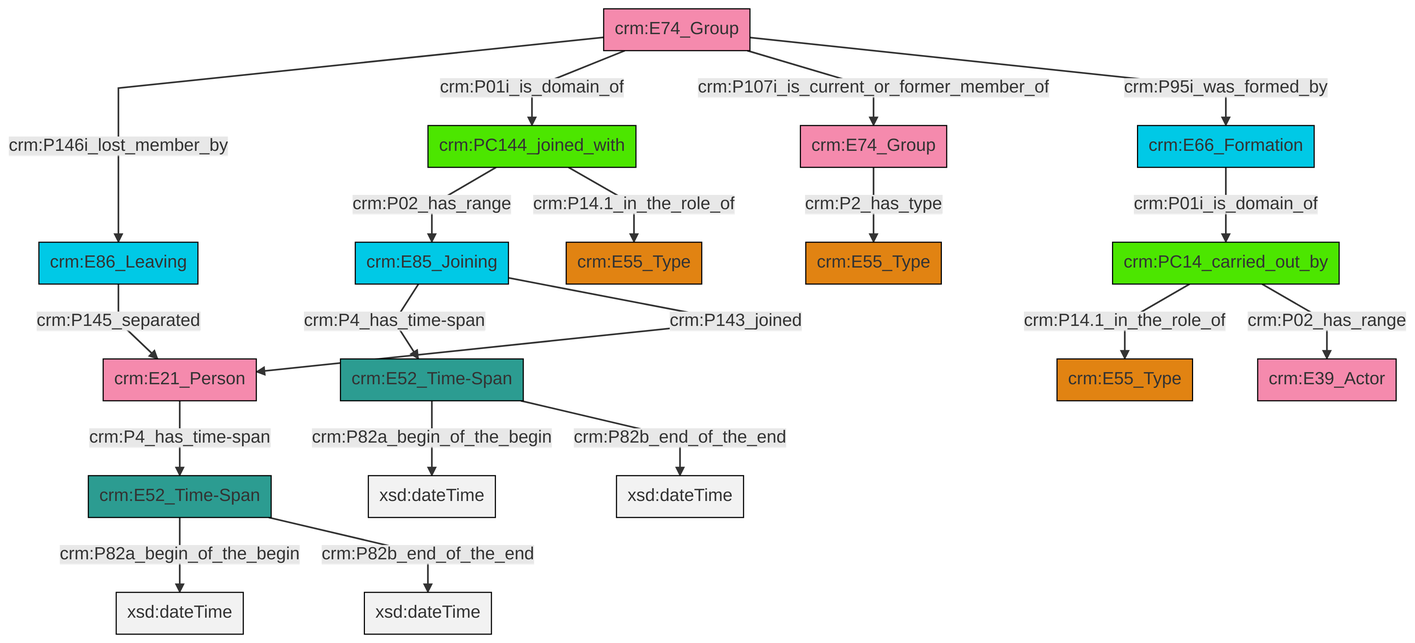
swiss-art-research-net/docs.swissartresearch keeps this Mermaid diagram as et/groupCSV/ttl/mmd/png/group_actor_relations.png. Above is the earlier version. Its source is kept beside it as et/groupCSV/ttl/mmd/group_actor_relations.ttl.mmd.
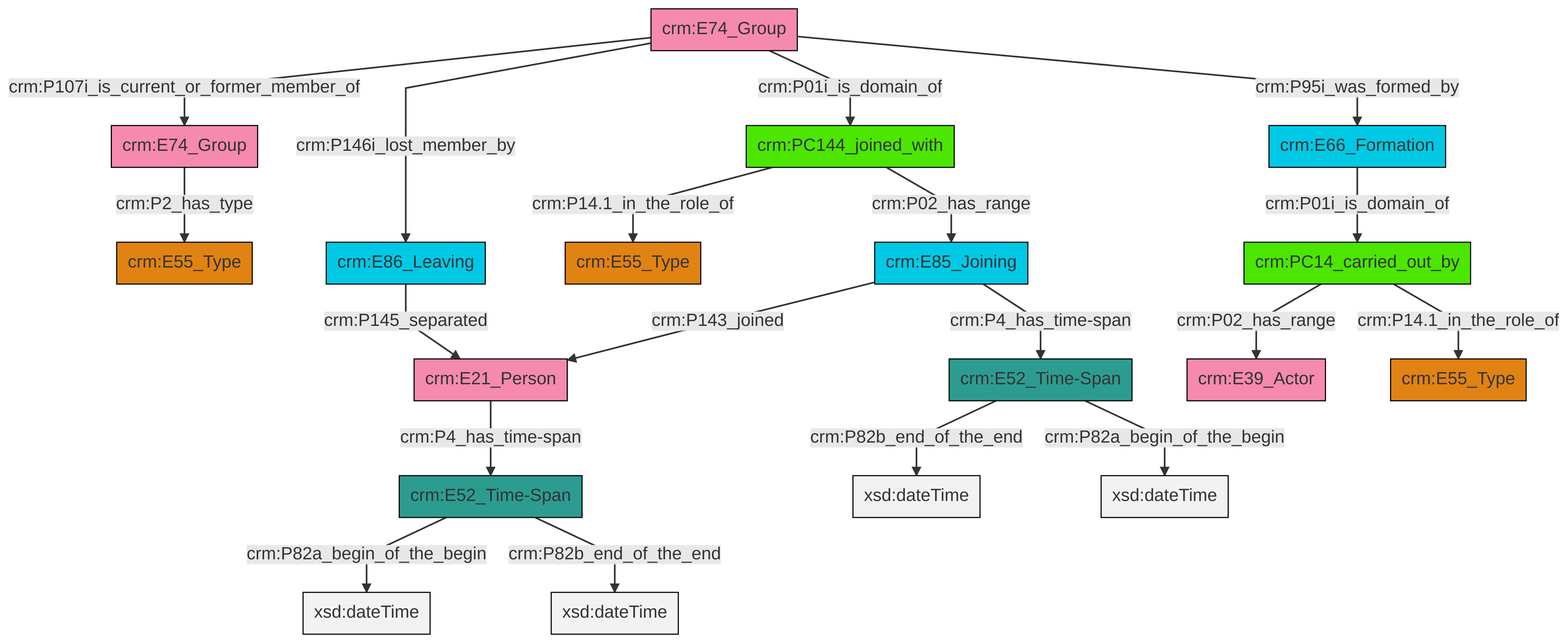
After the change.

What changed in the source:
```diff
@@ -13,21 +13,21 @@
 classDef PC_Classes fill:#4ce600, stroke:#000000;
 classDef Multi fill:#cccccc,stroke:#000000;
 
-0["crm:E86_Leaving"]:::Temporal_Entity -->|crm:P145_separated| 1["crm:E21_Person"]:::Actor
-2["crm:PC14_carried_out_by"]:::PC_Classes -->|crm:P14.1_in_the_role_of| 3["crm:E55_Type"]:::Type
-4["crm:E66_Formation"]:::Temporal_Entity -->|crm:P01i_is_domain_of| 2["crm:PC14_carried_out_by"]:::PC_Classes
-5["crm:E52_Time-Span"]:::Time-Span -->|crm:P82a_begin_of_the_begin| 6[xsd:dateTime]:::Literal
-1["crm:E21_Person"]:::Actor -->|crm:P4_has_time-span| 7["crm:E52_Time-Span"]:::Time-Span
-7["crm:E52_Time-Span"]:::Time-Span -->|crm:P82a_begin_of_the_begin| 8[xsd:dateTime]:::Literal
-11["crm:E74_Group"]:::Actor -->|crm:P146i_lost_member_by| 0["crm:E86_Leaving"]:::Temporal_Entity
-12["crm:E85_Joining"]:::Temporal_Entity -->|crm:P4_has_time-span| 5["crm:E52_Time-Span"]:::Time-Span
-9["crm:PC144_joined_with"]:::PC_Classes -->|crm:P02_has_range| 12["crm:E85_Joining"]:::Temporal_Entity
-2["crm:PC14_carried_out_by"]:::PC_Classes -->|crm:P02_has_range| 18["crm:E39_Actor"]:::Actor
-11["crm:E74_Group"]:::Actor -->|crm:P01i_is_domain_of| 9["crm:PC144_joined_with"]:::PC_Classes
-12["crm:E85_Joining"]:::Temporal_Entity -->|crm:P143_joined| 1["crm:E21_Person"]:::Actor
-11["crm:E74_Group"]:::Actor -->|crm:P107i_is_current_or_former_member_of| 25["crm:E74_Group"]:::Actor
-5["crm:E52_Time-Span"]:::Time-Span -->|crm:P82b_end_of_the_end| 26[xsd:dateTime]:::Literal
-7["crm:E52_Time-Span"]:::Time-Span -->|crm:P82b_end_of_the_end| 28[xsd:dateTime]:::Literal
-9["crm:PC144_joined_with"]:::PC_Classes -->|crm:P14.1_in_the_role_of| 16["crm:E55_Type"]:::Type
-11["crm:E74_Group"]:::Actor -->|crm:P95i_was_formed_by| 4["crm:E66_Formation"]:::Temporal_Entity
-25["crm:E74_Group"]:::Actor -->|crm:P2_has_type| 22["crm:E55_Type"]:::Type
+4["crm:E74_Group"]:::Actor -->|crm:P2_has_type| 5["crm:E55_Type"]:::Type
+6["crm:E85_Joining"]:::Temporal_Entity -->|crm:P4_has_time-span| 2["crm:E52_Time-Span"]:::Time-Span
+0["crm:E66_Formation"]:::Temporal_Entity -->|crm:P01i_is_domain_of| 12["crm:PC14_carried_out_by"]:::PC_Classes
+6["crm:E85_Joining"]:::Temporal_Entity -->|crm:P143_joined| 9["crm:E21_Person"]:::Actor
+9["crm:E21_Person"]:::Actor -->|crm:P4_has_time-span| 20["crm:E52_Time-Span"]:::Time-Span
+20["crm:E52_Time-Span"]:::Time-Span -->|crm:P82a_begin_of_the_begin| 21[xsd:dateTime]:::Literal
+18["crm:E74_Group"]:::Actor -->|crm:P95i_was_formed_by| 0["crm:E66_Formation"]:::Temporal_Entity
+2["crm:E52_Time-Span"]:::Time-Span -->|crm:P82b_end_of_the_end| 26[xsd:dateTime]:::Literal
+2["crm:E52_Time-Span"]:::Time-Span -->|crm:P82a_begin_of_the_begin| 29[xsd:dateTime]:::Literal
+14["crm:E86_Leaving"]:::Temporal_Entity -->|crm:P145_separated| 9["crm:E21_Person"]:::Actor
+12["crm:PC14_carried_out_by"]:::PC_Classes -->|crm:P14.1_in_the_role_of| 27["crm:E55_Type"]:::Type
+23["crm:PC144_joined_with"]:::PC_Classes -->|crm:P14.1_in_the_role_of| 7["crm:E55_Type"]:::Type
+18["crm:E74_Group"]:::Actor -->|crm:P146i_lost_member_by| 14["crm:E86_Leaving"]:::Temporal_Entity
+23["crm:PC144_joined_with"]:::PC_Classes -->|crm:P02_has_range| 6["crm:E85_Joining"]:::Temporal_Entity
+18["crm:E74_Group"]:::Actor -->|crm:P107i_is_current_or_former_member_of| 4["crm:E74_Group"]:::Actor
+18["crm:E74_Group"]:::Actor -->|crm:P01i_is_domain_of| 23["crm:PC144_joined_with"]:::PC_Classes
+12["crm:PC14_carried_out_by"]:::PC_Classes -->|crm:P02_has_range| 16["crm:E39_Actor"]:::Actor
+20["crm:E52_Time-Span"]:::Time-Span -->|crm:P82b_end_of_the_end| 33[xsd:dateTime]:::Literal
```
